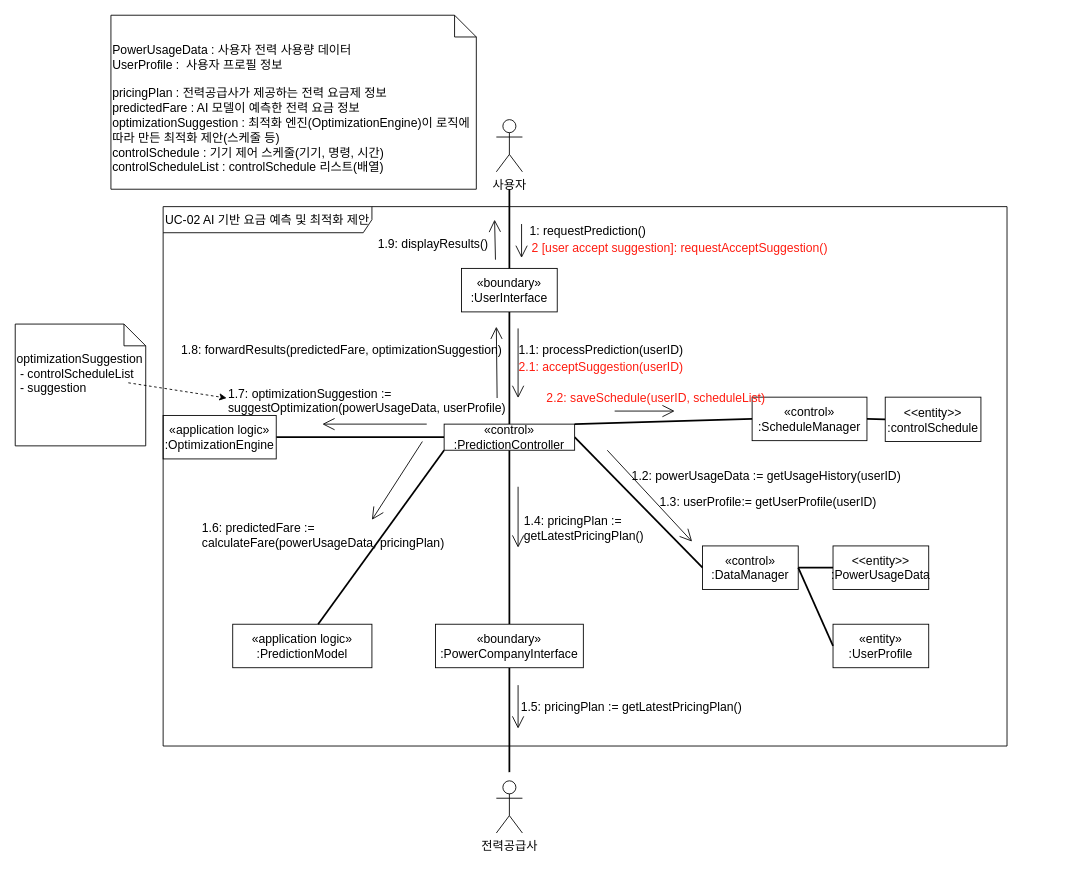
This is page "UC-02" (1 of 3) of DomainModeling.drawio from GeniusHoon/AssociateArchitect, a draw.io file, before an edit. Source tidied: cells renumbered, new cells numbered last; positions are measured from the earlier drawing's top-left corner, leaving out a move shared by most shapes. Both pictures are drawn from the tidied source at 87%, with x=0, y=0 at pixel (15, 15).
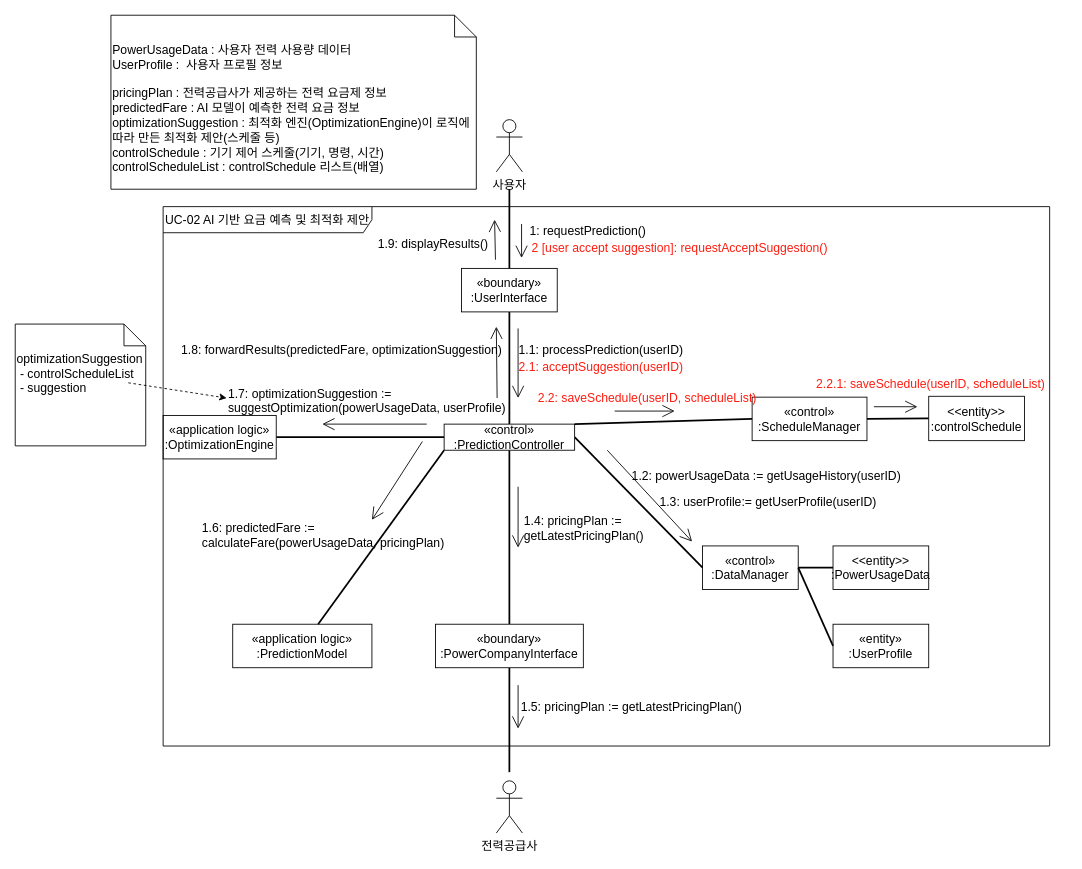
Above is the later version.

Change to the diagram source:
```diff
@@
     <mxCell id="6" value="UC-02 AI 기반 요금 예측 및 최적화 제안" style="shape=umlFrame;whiteSpace=wrap;html=1;width=240;height=30;fontSize=14;" parent="1" vertex="1">
-      <mxGeometry x="170" y="220" width="970" height="620" as="geometry" />
+      <mxGeometry x="170" y="220" width="1019" height="620" as="geometry" />
     </mxCell>
@@
     <mxCell id="17" value="&lt;div&gt;&amp;lt;&amp;lt;entity&amp;gt;&amp;gt;&lt;/div&gt;&lt;div&gt;:controlSchedule&lt;/div&gt;" style="html=1;whiteSpace=wrap;fontSize=14;" parent="6" vertex="1">
-      <mxGeometry x="830" y="219" width="110" height="51" as="geometry" />
+      <mxGeometry x="880" y="218" width="110" height="51" as="geometry" />
     </mxCell>
@@
     <mxCell id="22" value="2.2: saveSchedule(userID, scheduleList)" style="text;html=1;align=left;verticalAlign=middle;strokeColor=none;fillColor=none;fontSize=14;textShadow=0;labelBackgroundColor=none;fontColor=#FF1C10;" parent="6" vertex="1">
-      <mxGeometry x="439" y="205" width="270" height="30" as="geometry" />
+      <mxGeometry x="429" y="205" width="270" height="30" as="geometry" />
     </mxCell>
@@
+    <mxCell id="52" value="2.2.1: saveSchedule(userID, scheduleList)" style="text;html=1;align=left;verticalAlign=middle;strokeColor=none;fillColor=none;fontSize=14;textShadow=0;labelBackgroundColor=none;fontColor=#FF1C10;" parent="6" vertex="1">
+      <mxGeometry x="749" y="189" width="290" height="30" as="geometry" />
+    </mxCell>
+    <mxCell id="53" style="endArrow=open;endFill=1;endSize=12;html=1;rounded=0;fontSize=14;" parent="6" edge="1">
+      <mxGeometry relative="1" as="geometry">
+        <mxPoint x="817" y="230" as="sourcePoint" />
+        <mxPoint x="867" y="230" as="targetPoint" />
+      </mxGeometry>
+    </mxCell>
```
